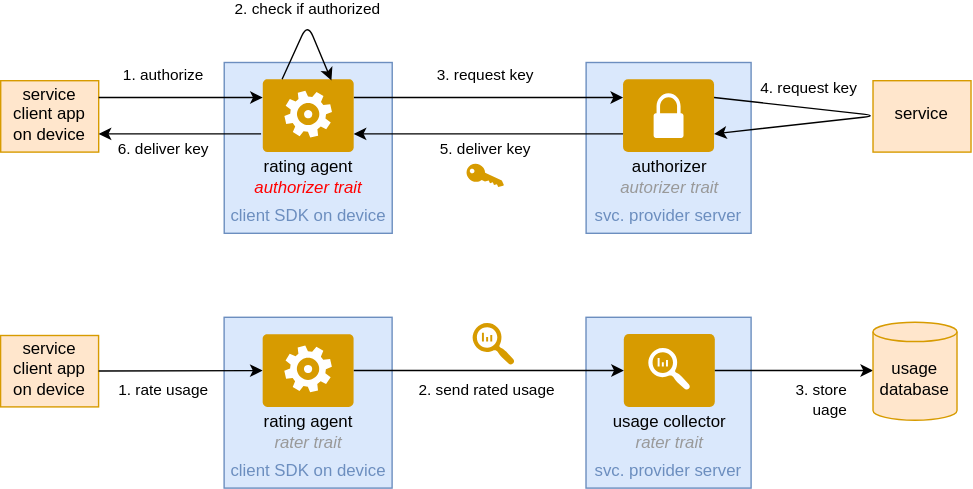
Above: src/contract-agent-detailed.drawio.svg in distributed-it-for-telco/distributed-rating-doc (draw.io), before the change. Source tidied: cells renumbered, new cells last; positions are measured from the earlier drawing's top-left corner, leaving out a move shared by most shapes.
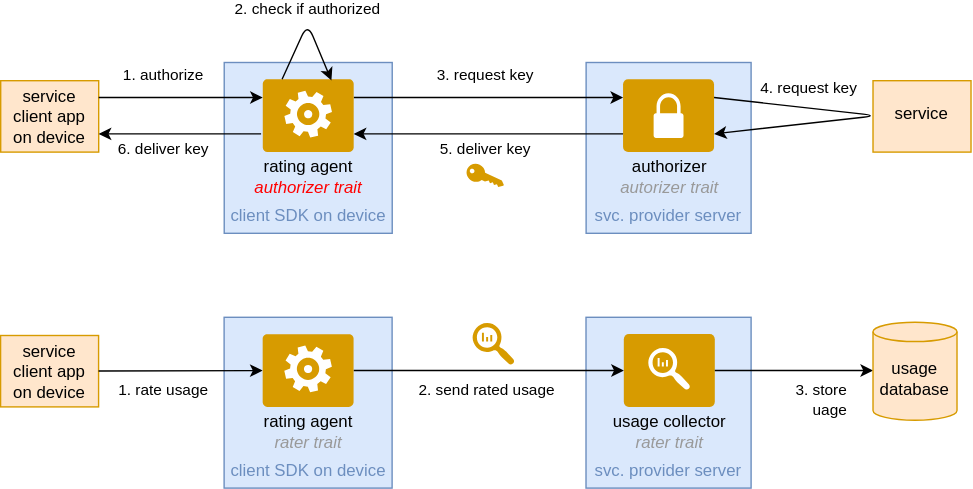
After the commit.

The edit, as a diff of the source:
```diff
@@ -23,7 +23,7 @@
     <mxCell id="7" value="authorizer&lt;br&gt;&lt;i&gt;&lt;font color=&quot;#999999&quot;&gt;autorizer trait&lt;/font&gt;&lt;/i&gt;" style="text;html=1;strokeColor=none;fillColor=none;align=center;verticalAlign=middle;whiteSpace=wrap;rounded=0;" parent="1" vertex="1">
       <mxGeometry x="434.7" y="95" width="86" height="30" as="geometry" />
     </mxCell>
-    <mxCell id="8" value="service client app&lt;br&gt;on device" style="rounded=0;whiteSpace=wrap;html=1;fillColor=#ffe6cc;strokeColor=#d79b00;verticalAlign=bottom;spacingBottom=3;" parent="1" vertex="1">
+    <mxCell id="8" value="service client app&lt;br&gt;on device" style="rounded=0;whiteSpace=wrap;html=1;fillColor=#ffe6cc;strokeColor=#d79b00;verticalAlign=middle;spacingBottom=0;" parent="1" vertex="1">
       <mxGeometry y="41" width="70" height="51" as="geometry" />
     </mxCell>
     <mxCell id="9" value="&lt;font color=&quot;#000000&quot;&gt;1. authorize&lt;br&gt;&lt;/font&gt;" style="endArrow=none;html=1;fontColor=#6C8EBF;exitX=0;exitY=0.5;exitDx=0;exitDy=0;exitPerimeter=0;startArrow=classic;startFill=1;" parent="1" edge="1">
@@ -64,7 +64,7 @@
         <mxPoint x="623.1" y="248" as="targetPoint" />
       </mxGeometry>
     </mxCell>
-    <mxCell id="20" value="service client app&lt;br&gt;on device" style="rounded=0;whiteSpace=wrap;html=1;fillColor=#ffe6cc;strokeColor=#d79b00;verticalAlign=bottom;spacingBottom=3;" parent="1" vertex="1">
+    <mxCell id="20" value="service client app&lt;br&gt;on device" style="rounded=0;whiteSpace=wrap;html=1;fillColor=#ffe6cc;strokeColor=#d79b00;verticalAlign=middle;spacingBottom=0;" parent="1" vertex="1">
       <mxGeometry x="-0.1" y="223" width="70" height="51" as="geometry" />
     </mxCell>
     <mxCell id="21" value="&lt;font color=&quot;#000000&quot;&gt;1. rate usage&lt;/font&gt;" style="endArrow=none;html=1;fontColor=#6C8EBF;startArrow=classic;startFill=1;" parent="1" edge="1" source="28" target="20">
```
